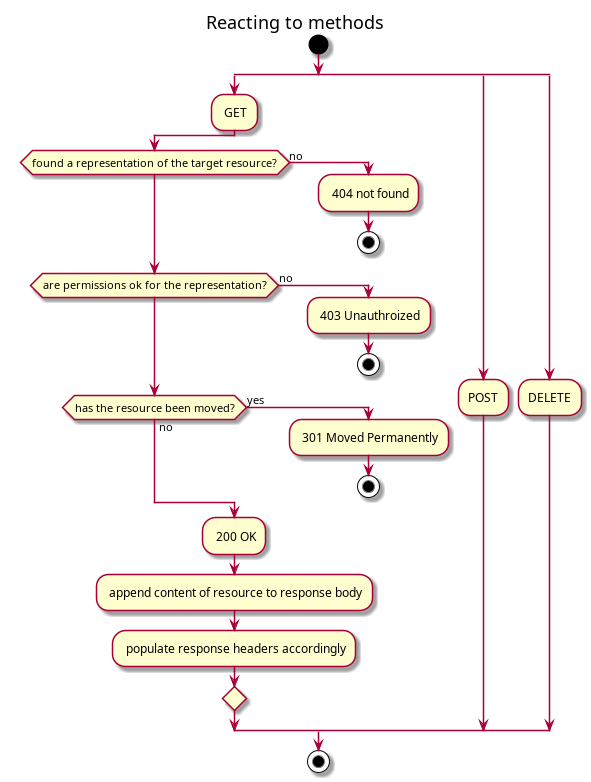
The PlantUML diagram docs/methods.png in thaisnishimoto/42sp_Webserv, before a commit. Its source is kept beside it as docs/methods.puml.
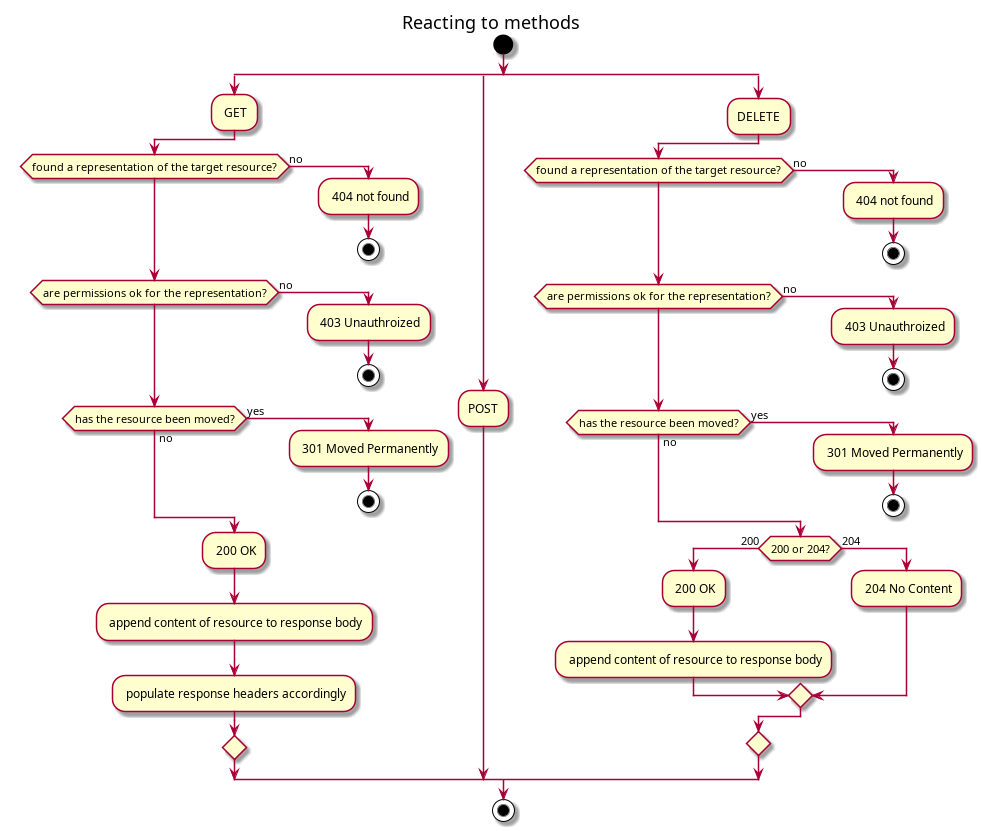
Above is the later version.

Change to the diagram source:
```diff
@@ -26,6 +26,24 @@
 	:POST;
 split again
 	:DELETE;
+	if (found a representation of the target resource?) then (no)
+		: 404 not found;
+		stop
+	else if (are permissions ok for the representation?) then (no)
+		: 403 Unauthroized;
+		stop
+	else if (has the resource been moved?) then (yes)
+		: 301 Moved Permanently;
+		stop
+	else (no)
+		if (200 or 204?) then (200)
+			: 200 OK;
+			: append content of resource to response body;
+		else (204)
+			: 204 No Content;
+		endif
+	endif
+
 end split
 stop
 
```
